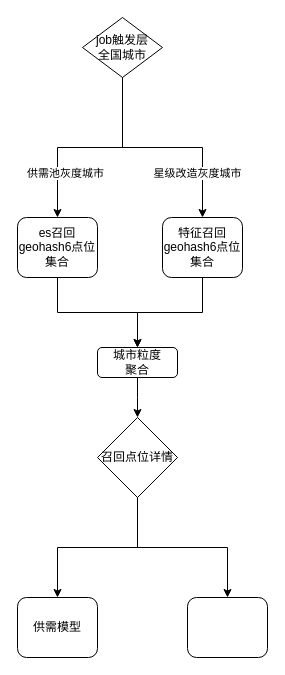
Before: 星级改造生成侧链路.drawio in jackie-coming/draw, a draw.io diagram. Source tidied: cells renumbered, new cells numbered last; positions are measured from the earlier drawing's top-left corner, leaving out a move shared by most shapes. Both pictures are drawn from the tidied source at 100%, with x=0, y=0 at pixel (17, 17).
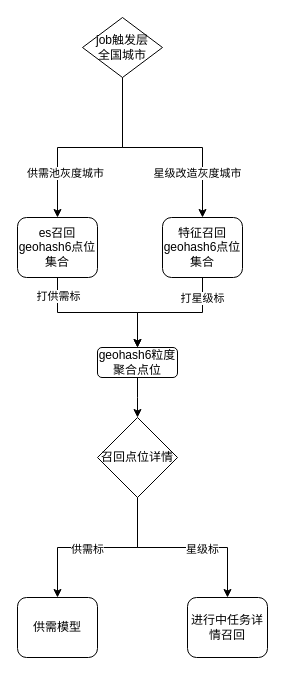
Above is the later version.

Commit message (it also covers changes not shown here):
Update 星级改造生成侧链路.drawio

The change refers to these unchanged cells:
```xml
<mxCell id="9" style="edgeStyle=orthogonalEdgeStyle;rounded=0;jettySize=auto;html=1;entryX=0.5;entryY=0;entryDx=0;entryDy=0;" parent="1" edge="1" source="10" target="3">
  <mxGeometry relative="1" as="geometry" />
</mxCell>
<mxCell id="11" style="edgeStyle=orthogonalEdgeStyle;rounded=0;jettySize=auto;html=1;entryX=0.5;entryY=0;entryDx=0;entryDy=0;" parent="1" edge="1" source="12" target="3">
  <mxGeometry relative="1" as="geometry" />
</mxCell>
<mxCell id="15" style="edgeStyle=orthogonalEdgeStyle;rounded=0;jettySize=auto;html=1;entryX=0.5;entryY=0;entryDx=0;entryDy=0;" parent="1" edge="1" source="17" target="13">
  <mxGeometry relative="1" as="geometry" />
</mxCell>
<mxCell id="16" style="edgeStyle=orthogonalEdgeStyle;rounded=0;jettySize=auto;html=1;" parent="1" edge="1" source="17" target="14">
  <mxGeometry relative="1" as="geometry">
    <Array as="points">
      <mxPoint x="120" y="530" />
      <mxPoint x="210" y="530" />
    </Array>
  </mxGeometry>
</mxCell>
```

What changed in the source:
```diff
@@
-    <mxCell id="3" value="城市粒度&lt;div&gt;聚合&lt;/div&gt;" style="rounded=1;whiteSpace=wrap;html=1;" parent="1" vertex="1">
+    <mxCell id="3" value="geohash6粒度&lt;div&gt;聚合点位&lt;/div&gt;" style="rounded=1;whiteSpace=wrap;html=1;" parent="1" vertex="1">
       <mxGeometry x="80" y="330" width="80" height="30" as="geometry" />
     </mxCell>
@@
+    <mxCell id="18" value="打供需标" style="edgeLabel;html=1;align=center;verticalAlign=middle;" parent="9" vertex="1">
+      <mxGeometry x="-0.79" y="-3" relative="1" as="geometry">
+        <mxPoint x="3" y="2" as="offset" />
+      </mxGeometry>
+    </mxCell>
@@
+    <mxCell id="19" value="打星级标" style="edgeLabel;html=1;align=center;verticalAlign=middle;" parent="11" vertex="1">
+      <mxGeometry x="-0.7" y="-1" relative="1" as="geometry" />
+    </mxCell>
@@
-    <mxCell id="14" style="rounded=1;whiteSpace=wrap;html=1;" parent="1" vertex="1">
+    <mxCell id="14" value="进行中任务详情召回" style="rounded=1;whiteSpace=wrap;html=1;" parent="1" vertex="1">
       <mxGeometry x="170" y="580" width="80" height="60" as="geometry" />
     </mxCell>
@@
+    <mxCell id="20" value="供需标" style="edgeLabel;html=1;align=center;verticalAlign=middle;" parent="15" vertex="1">
+      <mxGeometry x="0.12" y="1" relative="1" as="geometry" />
+    </mxCell>
@@
+    <mxCell id="21" value="星级标" style="edgeLabel;html=1;align=center;verticalAlign=middle;" parent="16" vertex="1">
+      <mxGeometry x="0.2" y="-1" relative="1" as="geometry" />
+    </mxCell>
```
